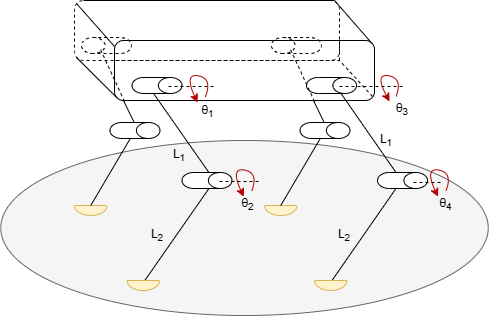
Above: img/full.png in POMBNK/Diploma-2.0 (draw.io), before the change. Source tidied: cells renumbered, new cells last; positions are measured from the earlier drawing's top-left corner, leaving out a move shared by most shapes. Source of this version:
```xml
<mxGraphModel>
  <root>
    <mxCell id="0" />
    <mxCell id="1" parent="0" />
    <mxCell id="2" style="ellipse;whiteSpace=wrap;html=1;fillColor=#f5f5f5;strokeColor=#666666;fontColor=#333333;" parent="1" vertex="1">
      <mxGeometry x="0.2" y="140" width="487.5" height="175" as="geometry" />
    </mxCell>
    <mxCell id="3" style="shape=cylinder3;whiteSpace=wrap;html=1;boundedLbl=1;backgroundOutline=1;size=11.809709821428442;rotation=-90;dashed=1;" parent="1" vertex="1">
      <mxGeometry x="288" y="20" width="16" height="50" as="geometry" />
    </mxCell>
    <mxCell id="4" style="rounded=1;whiteSpace=wrap;html=1;dashed=1;fillColor=none;" parent="1" vertex="1">
      <mxGeometry x="74" width="265" height="60" as="geometry" />
    </mxCell>
    <mxCell id="5" style="shape=cylinder3;whiteSpace=wrap;html=1;boundedLbl=1;backgroundOutline=1;size=11.809709821428442;rotation=-90;dashed=1;" parent="1" vertex="1">
      <mxGeometry x="98" y="20" width="16" height="50" as="geometry" />
    </mxCell>
    <mxCell id="6" style="endArrow=none;html=1;rounded=0;exitX=0.55;exitY=-0.011;exitDx=0;exitDy=0;exitPerimeter=0;" parent="1" edge="1" source="10">
      <mxGeometry relative="1" as="geometry">
        <mxPoint x="208.3" y="188.2" as="targetPoint" />
      </mxGeometry>
    </mxCell>
    <mxCell id="7" style="endArrow=none;html=1;rounded=0;" parent="1" edge="1">
      <mxGeometry relative="1" as="geometry">
        <mxPoint x="208.3" y="171.8" as="sourcePoint" />
        <mxPoint x="149.7" y="88.2" as="targetPoint" />
      </mxGeometry>
    </mxCell>
    <mxCell id="8" value="&lt;font style=&quot;font-size: 12px;&quot;&gt;θ&lt;sub style=&quot;&quot;&gt;2&lt;/sub&gt;&lt;/font&gt;" style="text;html=1;strokeColor=none;fillColor=none;align=center;verticalAlign=middle;whiteSpace=wrap;rounded=0;" parent="1" vertex="1">
      <mxGeometry x="240" y="192.5" width="15" height="22.5" as="geometry" />
    </mxCell>
    <mxCell id="9" style="rounded=1;whiteSpace=wrap;html=1;fillColor=none;" parent="1" vertex="1">
      <mxGeometry x="114" y="40" width="260" height="60" as="geometry" />
    </mxCell>
    <mxCell id="10" style="verticalLabelPosition=bottom;verticalAlign=top;html=1;shape=mxgraph.basic.half_circle;fillColor=#fff2cc;strokeColor=#d6b656;" parent="1" vertex="1">
      <mxGeometry x="126.5" y="280" width="32.5" height="10" as="geometry" />
    </mxCell>
    <mxCell id="11" value="L&lt;sub&gt;1&lt;/sub&gt;" style="text;html=1;strokeColor=none;fillColor=none;align=center;verticalAlign=middle;whiteSpace=wrap;rounded=0;" parent="1" vertex="1">
      <mxGeometry x="148.5" y="140" width="60" height="30" as="geometry" />
    </mxCell>
    <mxCell id="12" value="L&lt;sub&gt;2&lt;/sub&gt;" style="text;html=1;strokeColor=none;fillColor=none;align=center;verticalAlign=middle;whiteSpace=wrap;rounded=0;" parent="1" vertex="1">
      <mxGeometry x="126.5" y="220" width="60" height="30" as="geometry" />
    </mxCell>
    <mxCell id="13" style="endArrow=none;html=1;rounded=0;exitX=0.55;exitY=-0.011;exitDx=0;exitDy=0;exitPerimeter=0;" parent="1" edge="1">
      <mxGeometry relative="1" as="geometry">
        <mxPoint x="331.5" y="280" as="sourcePoint" />
        <mxPoint x="395.5" y="188" as="targetPoint" />
      </mxGeometry>
    </mxCell>
    <mxCell id="14" style="endArrow=none;html=1;rounded=0;" parent="1" edge="1">
      <mxGeometry relative="1" as="geometry">
        <mxPoint x="395.5" y="172" as="sourcePoint" />
        <mxPoint x="337.2" y="88.2" as="targetPoint" />
      </mxGeometry>
    </mxCell>
    <mxCell id="15" value="&lt;font style=&quot;font-size: 12px;&quot;&gt;θ&lt;sub style=&quot;&quot;&gt;3&lt;/sub&gt;&lt;/font&gt;" style="text;html=1;strokeColor=none;fillColor=none;align=center;verticalAlign=middle;whiteSpace=wrap;rounded=0;" parent="1" vertex="1">
      <mxGeometry x="389" y="100" width="26" height="18.8" as="geometry" />
    </mxCell>
    <mxCell id="16" value="&lt;font style=&quot;font-size: 12px;&quot;&gt;&lt;font style=&quot;&quot;&gt;θ&lt;/font&gt;&lt;font style=&quot;&quot;&gt;&lt;sub style=&quot;&quot;&gt;4&lt;/sub&gt;&lt;/font&gt;&lt;/font&gt;" style="text;html=1;strokeColor=none;fillColor=none;align=center;verticalAlign=middle;whiteSpace=wrap;rounded=0;" parent="1" vertex="1">
      <mxGeometry x="434" y="188.8" width="23.3" height="30" as="geometry" />
    </mxCell>
    <mxCell id="17" value="L&lt;sub&gt;1&lt;/sub&gt;" style="text;html=1;strokeColor=none;fillColor=none;align=center;verticalAlign=middle;whiteSpace=wrap;rounded=0;" parent="1" vertex="1">
      <mxGeometry x="356.5" y="125" width="60" height="30" as="geometry" />
    </mxCell>
    <mxCell id="18" value="L&lt;sub&gt;2&lt;/sub&gt;" style="text;html=1;strokeColor=none;fillColor=none;align=center;verticalAlign=middle;whiteSpace=wrap;rounded=0;" parent="1" vertex="1">
      <mxGeometry x="314" y="220" width="60" height="30" as="geometry" />
    </mxCell>
    <mxCell id="19" style="verticalLabelPosition=bottom;verticalAlign=top;html=1;shape=mxgraph.basic.half_circle;fillColor=#fff2cc;strokeColor=#d6b656;" parent="1" vertex="1">
      <mxGeometry x="314" y="280" width="32.5" height="10" as="geometry" />
    </mxCell>
    <mxCell id="20" style="endArrow=none;html=1;rounded=0;exitX=0.992;exitY=0.058;exitDx=0;exitDy=0;exitPerimeter=0;" parent="1" edge="1" source="9">
      <mxGeometry relative="1" as="geometry">
        <mxPoint x="334" as="targetPoint" />
      </mxGeometry>
    </mxCell>
    <mxCell id="21" style="endArrow=none;html=1;rounded=0;exitX=0.992;exitY=0.058;exitDx=0;exitDy=0;exitPerimeter=0;" parent="1" edge="1">
      <mxGeometry relative="1" as="geometry">
        <mxPoint x="114" y="46" as="sourcePoint" />
        <mxPoint x="76" y="3" as="targetPoint" />
      </mxGeometry>
    </mxCell>
    <mxCell id="22" style="endArrow=none;html=1;rounded=0;" parent="1" edge="1">
      <mxGeometry relative="1" as="geometry">
        <mxPoint x="84" as="sourcePoint" />
        <mxPoint x="334" as="targetPoint" />
      </mxGeometry>
    </mxCell>
    <mxCell id="23" style="endArrow=none;html=1;rounded=0;dashed=1;" parent="1" edge="1">
      <mxGeometry relative="1" as="geometry">
        <mxPoint x="339" y="60" as="sourcePoint" />
        <mxPoint x="339" y="40" as="targetPoint" />
      </mxGeometry>
    </mxCell>
    <mxCell id="24" style="endArrow=none;html=1;rounded=0;dashed=1;" parent="1" edge="1">
      <mxGeometry relative="1" as="geometry">
        <mxPoint x="115" y="60" as="sourcePoint" />
        <mxPoint x="339" y="60" as="targetPoint" />
      </mxGeometry>
    </mxCell>
    <mxCell id="25" style="endArrow=none;html=1;rounded=0;exitX=0.011;exitY=0.961;exitDx=0;exitDy=0;exitPerimeter=0;" parent="1" edge="1" source="9">
      <mxGeometry relative="1" as="geometry">
        <mxPoint x="76" y="57" as="targetPoint" />
      </mxGeometry>
    </mxCell>
    <mxCell id="26" style="shape=cylinder3;whiteSpace=wrap;html=1;boundedLbl=1;backgroundOutline=1;size=11.809709821428442;rotation=90;" parent="1" vertex="1">
      <mxGeometry x="198.5" y="155" width="16" height="50" as="geometry" />
    </mxCell>
    <mxCell id="27" style="shape=cylinder3;whiteSpace=wrap;html=1;boundedLbl=1;backgroundOutline=1;size=11.809709821428442;rotation=90;" parent="1" vertex="1">
      <mxGeometry x="148.5" y="60" width="16" height="50" as="geometry" />
    </mxCell>
    <mxCell id="28" style="shape=cylinder3;whiteSpace=wrap;html=1;boundedLbl=1;backgroundOutline=1;size=11.809709821428442;rotation=90;" parent="1" vertex="1">
      <mxGeometry x="394" y="155" width="16" height="50" as="geometry" />
    </mxCell>
    <mxCell id="29" style="shape=cylinder3;whiteSpace=wrap;html=1;boundedLbl=1;backgroundOutline=1;size=11.809709821428442;rotation=90;" parent="1" vertex="1">
      <mxGeometry x="323" y="60" width="16" height="50" as="geometry" />
    </mxCell>
    <mxCell id="30" style="endArrow=none;html=1;rounded=0;dashed=1;" parent="1" edge="1">
      <mxGeometry relative="1" as="geometry">
        <mxPoint x="372" y="96" as="sourcePoint" />
        <mxPoint x="339" y="60" as="targetPoint" />
      </mxGeometry>
    </mxCell>
    <mxCell id="31" style="endArrow=none;html=1;rounded=0;dashed=1;" parent="1" edge="1">
      <mxGeometry relative="1" as="geometry">
        <mxPoint x="124" y="101" as="sourcePoint" />
        <mxPoint x="100" y="49" as="targetPoint" />
      </mxGeometry>
    </mxCell>
    <mxCell id="32" style="verticalLabelPosition=bottom;verticalAlign=top;html=1;shape=mxgraph.basic.half_circle;fillColor=#fff2cc;strokeColor=#d6b656;" parent="1" vertex="1">
      <mxGeometry x="74" y="205" width="32.5" height="10" as="geometry" />
    </mxCell>
    <mxCell id="33" style="endArrow=none;html=1;rounded=0;exitX=0.5;exitY=0;exitDx=0;exitDy=0;exitPerimeter=0;startArrow=none;" parent="1" edge="1" source="36">
      <mxGeometry relative="1" as="geometry">
        <mxPoint x="137" y="130" as="targetPoint" />
      </mxGeometry>
    </mxCell>
    <mxCell id="34" style="endArrow=none;html=1;rounded=0;" parent="1" edge="1">
      <mxGeometry relative="1" as="geometry">
        <mxPoint x="138" y="131" as="sourcePoint" />
        <mxPoint x="123" y="100" as="targetPoint" />
      </mxGeometry>
    </mxCell>
    <mxCell id="35" style="endArrow=none;html=1;rounded=0;exitX=0.5;exitY=0;exitDx=0;exitDy=0;exitPerimeter=0;" parent="1" edge="1" source="32" target="36">
      <mxGeometry relative="1" as="geometry" />
    </mxCell>
    <mxCell id="36" style="shape=cylinder3;whiteSpace=wrap;html=1;boundedLbl=1;backgroundOutline=1;size=11.809709821428442;rotation=90;" parent="1" vertex="1">
      <mxGeometry x="126.5" y="105" width="16" height="50" as="geometry" />
    </mxCell>
    <mxCell id="37" style="endArrow=none;html=1;rounded=0;dashed=1;" parent="1" edge="1">
      <mxGeometry relative="1" as="geometry">
        <mxPoint x="314" y="101" as="sourcePoint" />
        <mxPoint x="290" y="49" as="targetPoint" />
      </mxGeometry>
    </mxCell>
    <mxCell id="38" style="verticalLabelPosition=bottom;verticalAlign=top;html=1;shape=mxgraph.basic.half_circle;fillColor=#fff2cc;strokeColor=#d6b656;" parent="1" vertex="1">
      <mxGeometry x="264" y="205" width="32.5" height="10" as="geometry" />
    </mxCell>
    <mxCell id="39" style="endArrow=none;html=1;rounded=0;" parent="1" edge="1">
      <mxGeometry relative="1" as="geometry">
        <mxPoint x="328" y="131" as="sourcePoint" />
        <mxPoint x="313" y="100" as="targetPoint" />
      </mxGeometry>
    </mxCell>
    <mxCell id="40" style="endArrow=none;html=1;rounded=0;exitX=0.5;exitY=0;exitDx=0;exitDy=0;exitPerimeter=0;" parent="1" edge="1" source="38" target="41">
      <mxGeometry relative="1" as="geometry" />
    </mxCell>
    <mxCell id="41" style="shape=cylinder3;whiteSpace=wrap;html=1;boundedLbl=1;backgroundOutline=1;size=11.809709821428442;rotation=90;" parent="1" vertex="1">
      <mxGeometry x="316.5" y="105" width="16" height="50" as="geometry" />
    </mxCell>
    <mxCell id="42" value="&lt;font style=&quot;font-size: 12px;&quot;&gt;θ&lt;sub style=&quot;&quot;&gt;1&lt;/sub&gt;&lt;/font&gt;" style="text;html=1;strokeColor=none;fillColor=none;align=center;verticalAlign=middle;whiteSpace=wrap;rounded=0;" parent="1" vertex="1">
      <mxGeometry x="199.5" y="100" width="15" height="22.5" as="geometry" />
    </mxCell>
    <mxCell id="43" style="endArrow=none;html=1;rounded=0;dashed=1;" parent="1" edge="1">
      <mxGeometry relative="1" as="geometry">
        <mxPoint x="219" y="181" as="sourcePoint" />
        <mxPoint x="259" y="181" as="targetPoint" />
      </mxGeometry>
    </mxCell>
    <mxCell id="44" style="endArrow=none;html=1;rounded=0;dashed=1;" parent="1" edge="1">
      <mxGeometry relative="1" as="geometry">
        <mxPoint x="413" y="182" as="sourcePoint" />
        <mxPoint x="442" y="182" as="targetPoint" />
      </mxGeometry>
    </mxCell>
    <mxCell id="45" style="endArrow=none;html=1;rounded=0;dashed=1;" parent="1" edge="1">
      <mxGeometry relative="1" as="geometry">
        <mxPoint x="168" y="86" as="sourcePoint" />
        <mxPoint x="216" y="86" as="targetPoint" />
      </mxGeometry>
    </mxCell>
    <mxCell id="46" style="curved=1;endArrow=none;html=1;rounded=0;endFill=0;fillColor=#e51400;strokeColor=#B20000;startArrow=classic;startFill=1;" parent="1" edge="1">
      <mxGeometry relative="1" as="geometry">
        <mxPoint x="197" y="102" as="sourcePoint" />
        <mxPoint x="205" y="96" as="targetPoint" />
        <Array as="points">
          <mxPoint x="183.5" y="72.6" />
          <mxPoint x="212" y="78" />
        </Array>
      </mxGeometry>
    </mxCell>
    <mxCell id="47" style="endArrow=none;html=1;rounded=0;dashed=1;" parent="1" edge="1">
      <mxGeometry relative="1" as="geometry">
        <mxPoint x="339" y="86" as="sourcePoint" />
        <mxPoint x="404" y="86" as="targetPoint" />
      </mxGeometry>
    </mxCell>
    <mxCell id="48" style="curved=1;endArrow=none;html=1;rounded=0;endFill=0;fillColor=#e51400;strokeColor=#B20000;startArrow=classic;startFill=1;" parent="1" edge="1">
      <mxGeometry relative="1" as="geometry">
        <mxPoint x="389" y="101" as="sourcePoint" />
        <mxPoint x="395.5" y="96" as="targetPoint" />
        <Array as="points">
          <mxPoint x="374" y="72.6" />
          <mxPoint x="402.5" y="78" />
        </Array>
      </mxGeometry>
    </mxCell>
    <mxCell id="49" style="curved=1;endArrow=none;html=1;rounded=0;endFill=0;fillColor=#e51400;strokeColor=#B20000;startArrow=classic;startFill=1;" parent="1" edge="1">
      <mxGeometry relative="1" as="geometry">
        <mxPoint x="243.2" y="196.2" as="sourcePoint" />
        <mxPoint x="251.2" y="190.2" as="targetPoint" />
        <Array as="points">
          <mxPoint x="229.8" y="166.9" />
          <mxPoint x="258.2" y="172.2" />
        </Array>
      </mxGeometry>
    </mxCell>
    <mxCell id="50" style="curved=1;endArrow=none;html=1;rounded=0;endFill=0;fillColor=#e51400;strokeColor=#B20000;startArrow=classic;startFill=1;" parent="1" edge="1">
      <mxGeometry relative="1" as="geometry">
        <mxPoint x="437.5" y="196.2" as="sourcePoint" />
        <mxPoint x="445.5" y="190.2" as="targetPoint" />
        <Array as="points">
          <mxPoint x="424" y="166.9" />
          <mxPoint x="452.5" y="172.2" />
        </Array>
      </mxGeometry>
    </mxCell>
  </root>
</mxGraphModel>
```
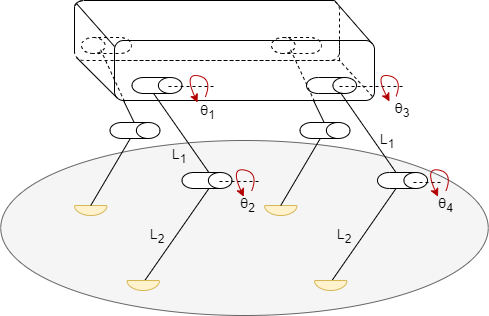
Later version of the same file.

What changed in the source:
```diff
@@ -25,7 +25,7 @@
         <mxPoint x="149.7" y="88.2" as="targetPoint" />
       </mxGeometry>
     </mxCell>
-    <mxCell id="8" value="&lt;font style=&quot;font-size: 12px;&quot;&gt;θ&lt;sub style=&quot;&quot;&gt;2&lt;/sub&gt;&lt;/font&gt;" style="text;html=1;strokeColor=none;fillColor=none;align=center;verticalAlign=middle;whiteSpace=wrap;rounded=0;" parent="1" vertex="1">
+    <mxCell id="8" value="&lt;font style=&quot;font-size: 14px;&quot;&gt;θ&lt;sub style=&quot;&quot;&gt;2&lt;/sub&gt;&lt;/font&gt;" style="text;html=1;strokeColor=none;fillColor=none;align=center;verticalAlign=middle;whiteSpace=wrap;rounded=0;" parent="1" vertex="1">
       <mxGeometry x="240" y="192.5" width="15" height="22.5" as="geometry" />
     </mxCell>
     <mxCell id="9" style="rounded=1;whiteSpace=wrap;html=1;fillColor=none;" parent="1" vertex="1">
@@ -34,10 +34,10 @@
     <mxCell id="10" style="verticalLabelPosition=bottom;verticalAlign=top;html=1;shape=mxgraph.basic.half_circle;fillColor=#fff2cc;strokeColor=#d6b656;" parent="1" vertex="1">
       <mxGeometry x="126.5" y="280" width="32.5" height="10" as="geometry" />
     </mxCell>
-    <mxCell id="11" value="L&lt;sub&gt;1&lt;/sub&gt;" style="text;html=1;strokeColor=none;fillColor=none;align=center;verticalAlign=middle;whiteSpace=wrap;rounded=0;" parent="1" vertex="1">
+    <mxCell id="11" value="&lt;font style=&quot;font-size: 14px;&quot;&gt;L&lt;sub&gt;1&lt;/sub&gt;&lt;/font&gt;" style="text;html=1;strokeColor=none;fillColor=none;align=center;verticalAlign=middle;whiteSpace=wrap;rounded=0;" parent="1" vertex="1">
       <mxGeometry x="148.5" y="140" width="60" height="30" as="geometry" />
     </mxCell>
-    <mxCell id="12" value="L&lt;sub&gt;2&lt;/sub&gt;" style="text;html=1;strokeColor=none;fillColor=none;align=center;verticalAlign=middle;whiteSpace=wrap;rounded=0;" parent="1" vertex="1">
+    <mxCell id="12" value="&lt;font style=&quot;font-size: 14px;&quot;&gt;L&lt;sub&gt;2&lt;/sub&gt;&lt;/font&gt;" style="text;html=1;strokeColor=none;fillColor=none;align=center;verticalAlign=middle;whiteSpace=wrap;rounded=0;" parent="1" vertex="1">
       <mxGeometry x="126.5" y="220" width="60" height="30" as="geometry" />
     </mxCell>
     <mxCell id="13" style="endArrow=none;html=1;rounded=0;exitX=0.55;exitY=-0.011;exitDx=0;exitDy=0;exitPerimeter=0;" parent="1" edge="1">
@@ -52,16 +52,16 @@
         <mxPoint x="337.2" y="88.2" as="targetPoint" />
       </mxGeometry>
     </mxCell>
-    <mxCell id="15" value="&lt;font style=&quot;font-size: 12px;&quot;&gt;θ&lt;sub style=&quot;&quot;&gt;3&lt;/sub&gt;&lt;/font&gt;" style="text;html=1;strokeColor=none;fillColor=none;align=center;verticalAlign=middle;whiteSpace=wrap;rounded=0;" parent="1" vertex="1">
+    <mxCell id="15" value="&lt;font style=&quot;font-size: 14px;&quot;&gt;θ&lt;sub style=&quot;&quot;&gt;3&lt;/sub&gt;&lt;/font&gt;" style="text;html=1;strokeColor=none;fillColor=none;align=center;verticalAlign=middle;whiteSpace=wrap;rounded=0;" parent="1" vertex="1">
       <mxGeometry x="389" y="100" width="26" height="18.8" as="geometry" />
     </mxCell>
-    <mxCell id="16" value="&lt;font style=&quot;font-size: 12px;&quot;&gt;&lt;font style=&quot;&quot;&gt;θ&lt;/font&gt;&lt;font style=&quot;&quot;&gt;&lt;sub style=&quot;&quot;&gt;4&lt;/sub&gt;&lt;/font&gt;&lt;/font&gt;" style="text;html=1;strokeColor=none;fillColor=none;align=center;verticalAlign=middle;whiteSpace=wrap;rounded=0;" parent="1" vertex="1">
+    <mxCell id="16" value="&lt;font style=&quot;font-size: 14px;&quot;&gt;&lt;font style=&quot;&quot;&gt;θ&lt;/font&gt;&lt;font style=&quot;&quot;&gt;&lt;sub style=&quot;&quot;&gt;4&lt;/sub&gt;&lt;/font&gt;&lt;/font&gt;" style="text;html=1;strokeColor=none;fillColor=none;align=center;verticalAlign=middle;whiteSpace=wrap;rounded=0;" parent="1" vertex="1">
       <mxGeometry x="434" y="188.8" width="23.3" height="30" as="geometry" />
     </mxCell>
-    <mxCell id="17" value="L&lt;sub&gt;1&lt;/sub&gt;" style="text;html=1;strokeColor=none;fillColor=none;align=center;verticalAlign=middle;whiteSpace=wrap;rounded=0;" parent="1" vertex="1">
+    <mxCell id="17" value="&lt;font style=&quot;font-size: 14px;&quot;&gt;L&lt;sub&gt;1&lt;/sub&gt;&lt;/font&gt;" style="text;html=1;strokeColor=none;fillColor=none;align=center;verticalAlign=middle;whiteSpace=wrap;rounded=0;" parent="1" vertex="1">
       <mxGeometry x="356.5" y="125" width="60" height="30" as="geometry" />
     </mxCell>
-    <mxCell id="18" value="L&lt;sub&gt;2&lt;/sub&gt;" style="text;html=1;strokeColor=none;fillColor=none;align=center;verticalAlign=middle;whiteSpace=wrap;rounded=0;" parent="1" vertex="1">
+    <mxCell id="18" value="&lt;font style=&quot;font-size: 14px;&quot;&gt;L&lt;sub&gt;2&lt;/sub&gt;&lt;/font&gt;" style="text;html=1;strokeColor=none;fillColor=none;align=center;verticalAlign=middle;whiteSpace=wrap;rounded=0;" parent="1" vertex="1">
       <mxGeometry x="314" y="220" width="60" height="30" as="geometry" />
     </mxCell>
     <mxCell id="19" style="verticalLabelPosition=bottom;verticalAlign=top;html=1;shape=mxgraph.basic.half_circle;fillColor=#fff2cc;strokeColor=#d6b656;" parent="1" vertex="1">
@@ -166,7 +166,7 @@
     <mxCell id="41" style="shape=cylinder3;whiteSpace=wrap;html=1;boundedLbl=1;backgroundOutline=1;size=11.809709821428442;rotation=90;" parent="1" vertex="1">
       <mxGeometry x="316.5" y="105" width="16" height="50" as="geometry" />
     </mxCell>
-    <mxCell id="42" value="&lt;font style=&quot;font-size: 12px;&quot;&gt;θ&lt;sub style=&quot;&quot;&gt;1&lt;/sub&gt;&lt;/font&gt;" style="text;html=1;strokeColor=none;fillColor=none;align=center;verticalAlign=middle;whiteSpace=wrap;rounded=0;" parent="1" vertex="1">
+    <mxCell id="42" value="&lt;font style=&quot;font-size: 14px;&quot;&gt;θ&lt;sub style=&quot;&quot;&gt;1&lt;/sub&gt;&lt;/font&gt;" style="text;html=1;strokeColor=none;fillColor=none;align=center;verticalAlign=middle;whiteSpace=wrap;rounded=0;" parent="1" vertex="1">
       <mxGeometry x="199.5" y="100" width="15" height="22.5" as="geometry" />
     </mxCell>
     <mxCell id="43" style="endArrow=none;html=1;rounded=0;dashed=1;" parent="1" edge="1">
@@ -233,5 +233,20 @@
         </Array>
       </mxGeometry>
     </mxCell>
+    <mxCell id="51" style="endArrow=none;html=1;rounded=0;" parent="1" edge="1">
+      <mxGeometry relative="1" as="geometry">
+        <mxPoint x="74" y="53" as="sourcePoint" />
+        <mxPoint x="74" y="6" as="targetPoint" />
+      </mxGeometry>
+    </mxCell>
+    <mxCell id="52" style="curved=1;endArrow=none;html=1;rounded=0;endFill=0;" parent="1" edge="1">
+      <mxGeometry relative="1" as="geometry">
+        <mxPoint x="74" y="6" as="sourcePoint" />
+        <mxPoint x="83" as="targetPoint" />
+        <Array as="points">
+          <mxPoint x="75" y="1" />
+        </Array>
+      </mxGeometry>
+    </mxCell>
   </root>
 </mxGraphModel>
```
